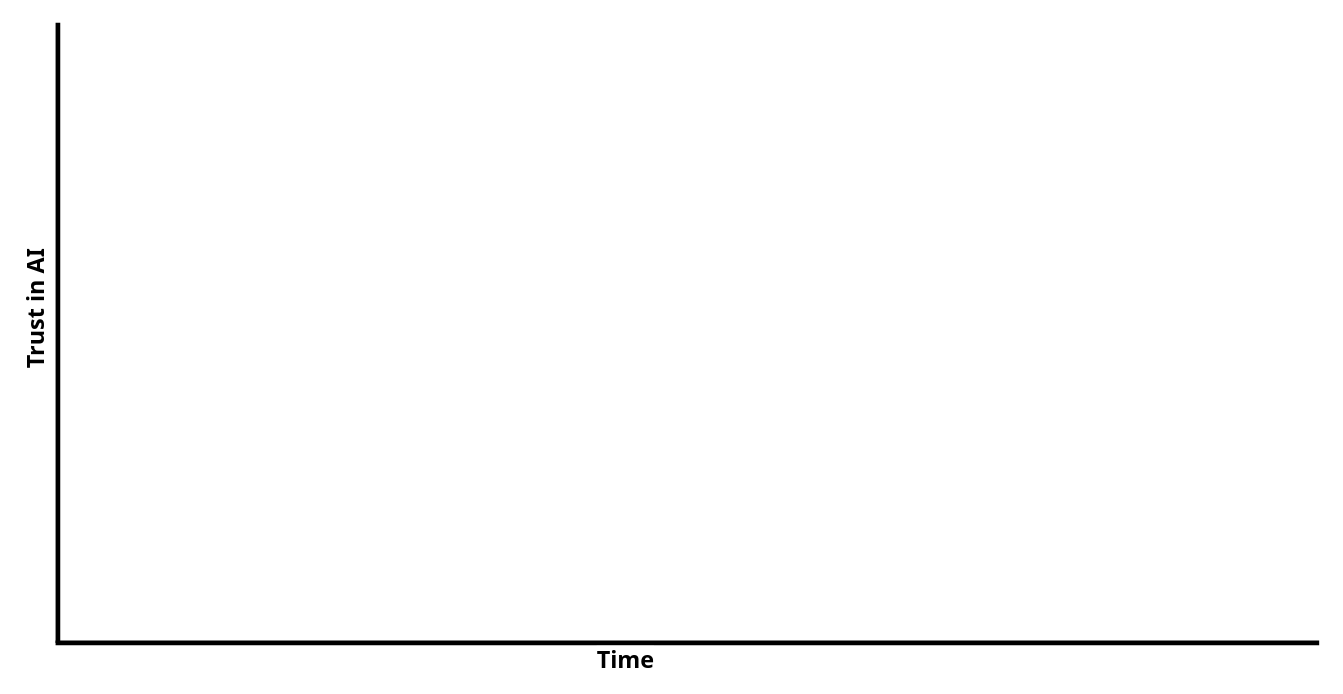
Earlier version of the draw.io diagram page "Trust in AI" (3 of 4) of AI/AI strategy diagrams.drawio (dingwap/wiki). Source tidied: cells renumbered, new cells numbered last; positions are measured from the earlier drawing's top-left corner, leaving out a move shared by most shapes. Both pictures are drawn from the tidied source at 117%, with x=0, y=0 at pixel (55, 22).
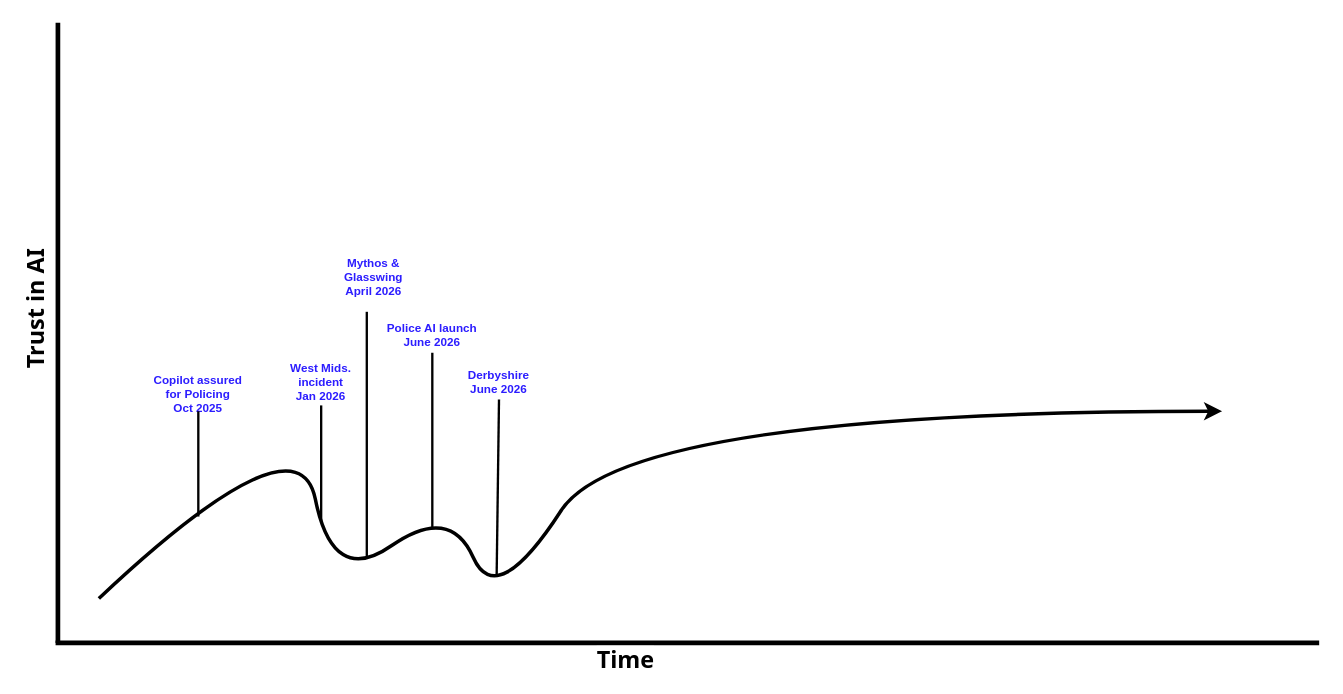
The same page after the edit.

Change to the diagram source:
```diff
@@
+    <mxCell id="6" style="curved=1;endArrow=classic;html=1;rounded=0;strokeWidth=3;" parent="1" edge="1">
+      <mxGeometry relative="1" as="geometry">
+        <mxPoint x="37" y="492" as="sourcePoint" />
+        <mxPoint x="997" y="332" as="targetPoint" />
+        <Array as="points">
+          <mxPoint x="207" y="332" />
+          <mxPoint x="237" y="482" />
+          <mxPoint x="337" y="412" />
+          <mxPoint x="377" y="502" />
+          <mxPoint x="487" y="332" />
+        </Array>
+      </mxGeometry>
+    </mxCell>
+    <mxCell id="7" value="West Mids. incident&lt;br&gt;Jan 2026" style="text;html=1;whiteSpace=wrap;strokeColor=none;fillColor=none;align=center;verticalAlign=middle;rounded=0;fontStyle=1;fontColor=#2C1DFF;textShadow=0;labelBackgroundColor=default;fontSize=10;" parent="1" vertex="1">
+      <mxGeometry x="182" y="292" width="90" height="30" as="geometry" />
+    </mxCell>
+    <mxCell id="8" style="endArrow=none;html=1;rounded=0;strokeWidth=2;exitX=0.5;exitY=1;exitDx=0;exitDy=0;" parent="1" edge="1">
+      <mxGeometry relative="1" as="geometry">
+        <mxPoint x="227" y="327" as="sourcePoint" />
+        <mxPoint x="227" y="427" as="targetPoint" />
+      </mxGeometry>
+    </mxCell>
+    <mxCell id="9" value="Derbyshire&lt;div&gt;June 2026&lt;/div&gt;" style="text;html=1;whiteSpace=wrap;strokeColor=none;fillColor=none;align=center;verticalAlign=middle;rounded=0;fontStyle=1;fontColor=#2C1DFF;textShadow=0;labelBackgroundColor=default;fontSize=10;" parent="1" vertex="1">
+      <mxGeometry x="334" y="292" width="90" height="30" as="geometry" />
+    </mxCell>
+    <mxCell id="10" style="endArrow=none;html=1;rounded=0;strokeWidth=2;exitX=0.5;exitY=1;exitDx=0;exitDy=0;" parent="1" edge="1" source="9">
+      <mxGeometry relative="1" as="geometry">
+        <mxPoint x="377" y="472" as="targetPoint" />
+      </mxGeometry>
+    </mxCell>
+    <mxCell id="11" value="Police AI launch&lt;br&gt;June 2026" style="text;html=1;whiteSpace=wrap;strokeColor=none;fillColor=none;align=center;verticalAlign=middle;rounded=0;fontStyle=1;fontColor=#2C1DFF;textShadow=0;labelBackgroundColor=default;fontSize=10;" parent="1" vertex="1">
+      <mxGeometry x="277" y="252" width="90" height="30" as="geometry" />
+    </mxCell>
+    <mxCell id="12" style="endArrow=none;html=1;rounded=0;strokeWidth=2;exitX=0.5;exitY=1;exitDx=0;exitDy=0;" parent="1" edge="1" source="11">
+      <mxGeometry relative="1" as="geometry">
+        <mxPoint x="322" y="432" as="targetPoint" />
+      </mxGeometry>
+    </mxCell>
+    <mxCell id="13" value="Copilot assured for Policing&lt;br&gt;Oct 2025" style="text;html=1;whiteSpace=wrap;strokeColor=none;fillColor=none;align=center;verticalAlign=middle;rounded=0;fontStyle=1;fontColor=#2C1DFF;textShadow=0;labelBackgroundColor=default;fontSize=10;" parent="1" vertex="1">
+      <mxGeometry x="77" y="302" width="90" height="30" as="geometry" />
+    </mxCell>
+    <mxCell id="14" style="endArrow=none;html=1;rounded=0;strokeWidth=2;" parent="1" edge="1" source="13">
+      <mxGeometry relative="1" as="geometry">
+        <mxPoint x="122" y="422" as="targetPoint" />
+      </mxGeometry>
+    </mxCell>
+    <mxCell id="15" value="Mythos &amp;amp; Glasswing&lt;br&gt;April 2026" style="text;html=1;whiteSpace=wrap;strokeColor=none;fillColor=none;align=center;verticalAlign=middle;rounded=0;fontStyle=1;fontColor=#2C1DFF;textShadow=0;labelBackgroundColor=default;fontSize=10;" parent="1" vertex="1">
+      <mxGeometry x="227" y="202" width="90" height="30" as="geometry" />
+    </mxCell>
+    <mxCell id="16" style="endArrow=none;html=1;rounded=0;strokeWidth=2;" parent="1" edge="1">
+      <mxGeometry relative="1" as="geometry">
+        <mxPoint x="266" y="247" as="sourcePoint" />
+        <mxPoint x="266" y="457" as="targetPoint" />
+      </mxGeometry>
+    </mxCell>
```
